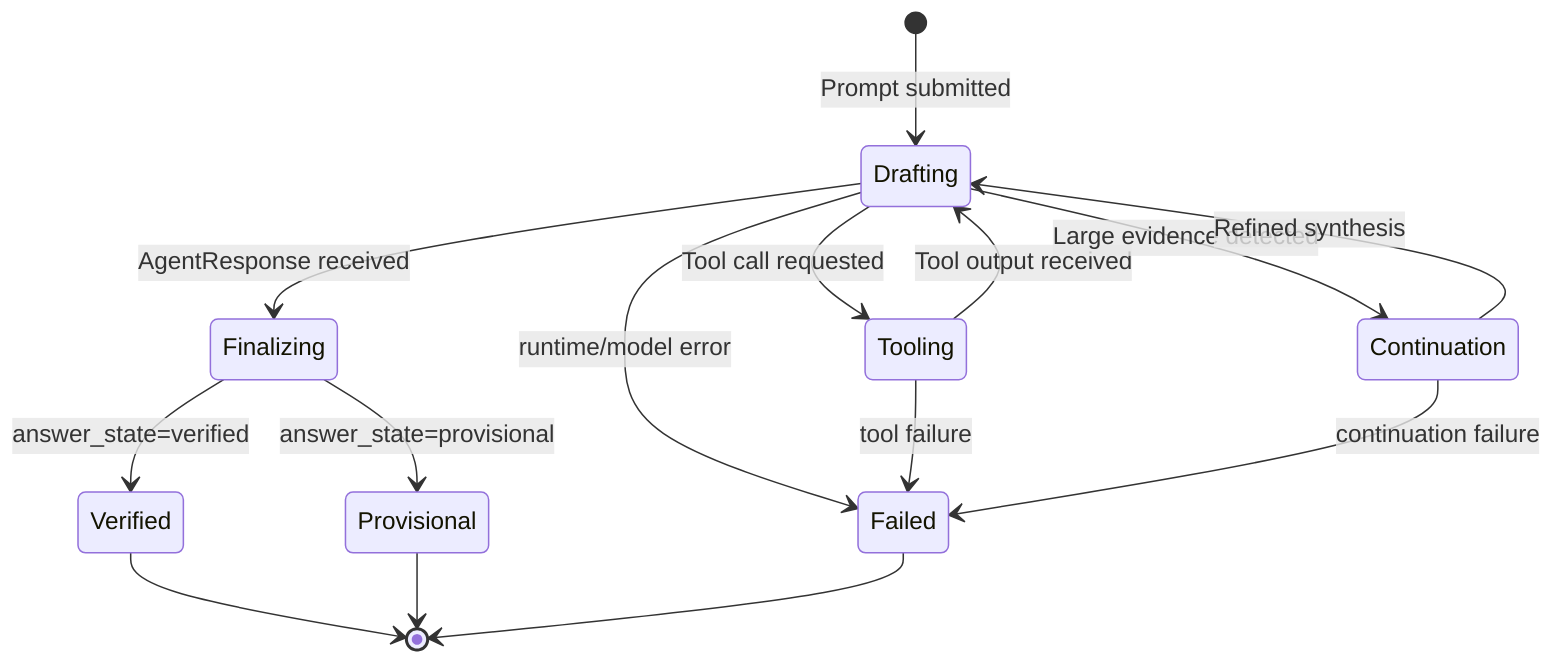
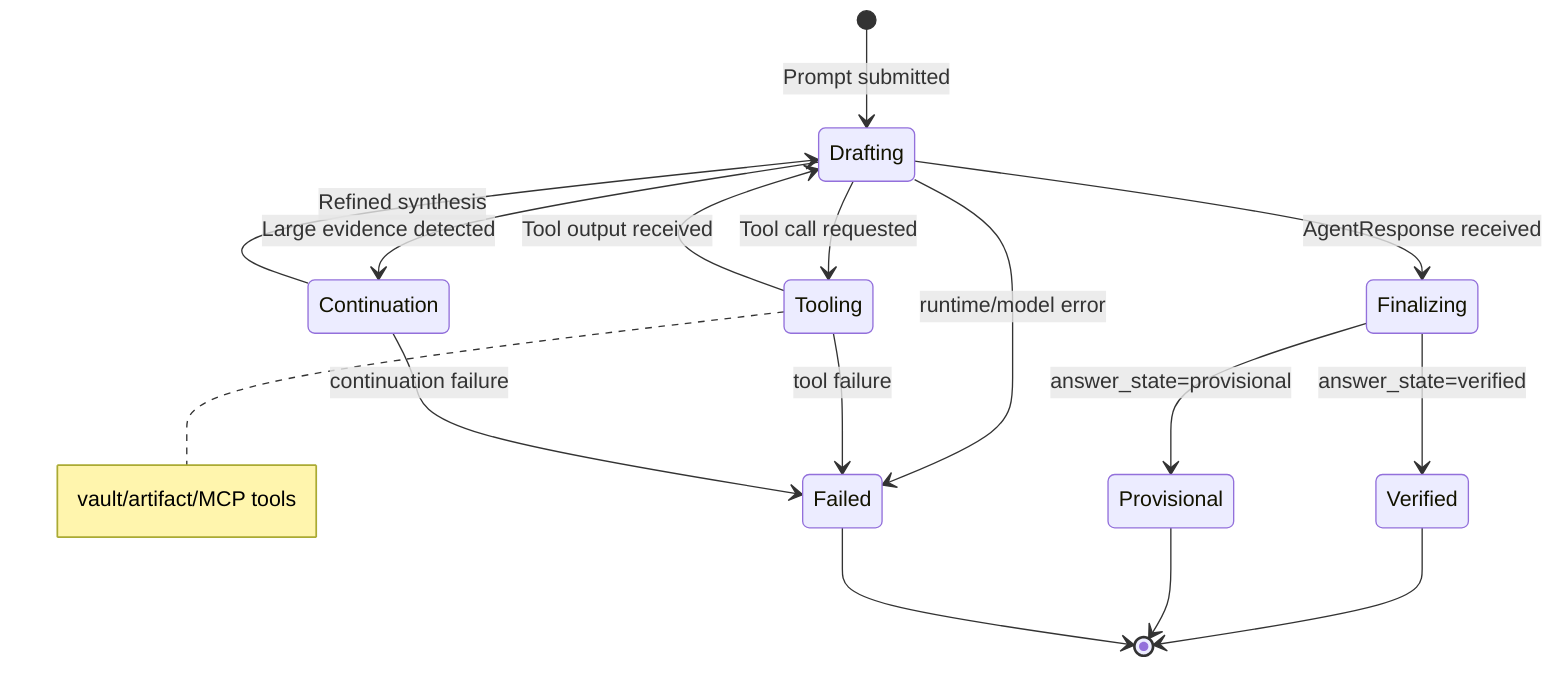
stateDiagram-v2
    [*] --> Drafting: Prompt submitted
    Drafting --> Tooling: Tool call requested
    Tooling --> Drafting: Tool output received
+     note right of Tooling: vault/artifact/MCP tools
    Drafting --> Continuation: Large evidence detected
    Continuation --> Drafting: Refined synthesis

    Drafting --> Finalizing: AgentResponse received
    Finalizing --> Verified: answer_state=verified
    Finalizing --> Provisional: answer_state=provisional

    Verified --> [*]
    Provisional --> [*]

    Drafting --> Failed: runtime/model error
    Tooling --> Failed: tool failure
    Continuation --> Failed: continuation failure
-     Failed --> [*]+     Failed --> [*]
